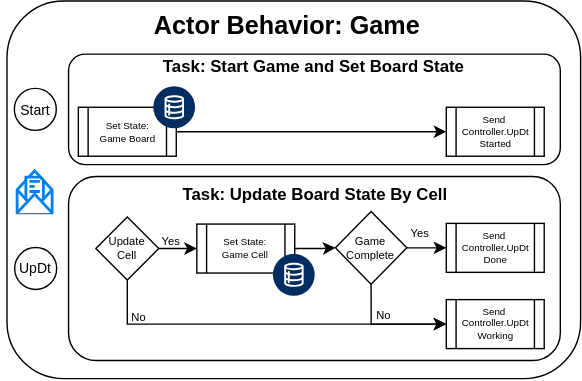
sunlao/py_sudoku_solver keeps this draw.io diagram as docs/diagrams/GameActor.svg. Above is the earlier version. Source tidied: cells renumbered, new cells last; positions are measured from the earlier drawing's top-left corner, leaving out a move shared by most shapes.
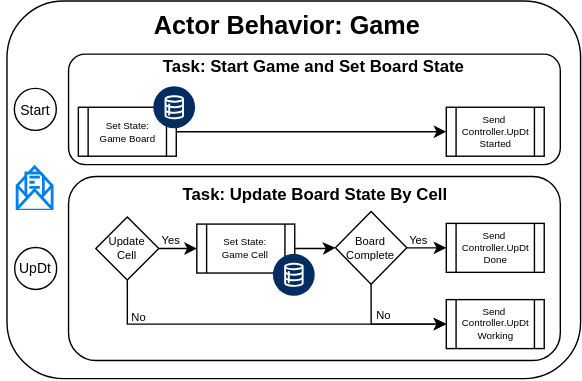
The same diagram one commit later.

The edit, as a diff of the source:
```diff
@@ -12,7 +12,7 @@
       <mxGeometry x="10" y="176.2" width="30" height="30" as="geometry" />
     </mxCell>
     <mxCell id="5" style="html=1;verticalLabelPosition=bottom;align=center;labelBackgroundColor=#ffffff;verticalAlign=top;strokeWidth=2;strokeColor=#0080F0;shadow=0;dashed=0;shape=mxgraph.ios7.icons.envelope_(message);" parent="1" vertex="1">
-      <mxGeometry x="12.2" y="122" width="25" height="30" as="geometry" />
+      <mxGeometry x="12.2" y="119" width="25" height="30" as="geometry" />
     </mxCell>
     <mxCell id="6" style="edgeStyle=orthogonalEdgeStyle;rounded=0;jettySize=auto;html=1;entryX=0;entryY=0.5;entryDx=0;entryDy=0;" parent="1" edge="1" source="7" target="19">
       <mxGeometry relative="1" as="geometry" />
@@ -48,7 +48,7 @@
       <mxGeometry x="195" y="181.2" width="30" height="30" as="geometry" />
     </mxCell>
     <mxCell id="17" value="Yes" style="text;html=1;whiteSpace=wrap;strokeColor=none;fillColor=none;align=center;verticalAlign=middle;rounded=0;fontSize=8;" parent="1" vertex="1">
-      <mxGeometry x="112" y="165.5" width="20" height="12.5" as="geometry" />
+      <mxGeometry x="112" y="164.5" width="20" height="12.5" as="geometry" />
     </mxCell>
     <mxCell id="18" value="No" style="text;html=1;whiteSpace=wrap;strokeColor=none;fillColor=none;align=center;verticalAlign=middle;rounded=0;fontSize=8;" parent="1" vertex="1">
       <mxGeometry x="89" y="220" width="20" height="12.5" as="geometry" />
@@ -77,11 +77,11 @@
     <mxCell id="26" style="edgeStyle=orthogonalEdgeStyle;rounded=0;jettySize=auto;html=1;entryX=0;entryY=0.5;entryDx=0;entryDy=0;exitX=0.5;exitY=1;exitDx=0;exitDy=0;" parent="1" edge="1" source="27" target="23">
       <mxGeometry relative="1" as="geometry" />
     </mxCell>
-    <mxCell id="27" value="Game&lt;div&gt;Complete&lt;/div&gt;" style="rhombus;whiteSpace=wrap;html=1;fontSize=8;" parent="1" vertex="1">
+    <mxCell id="27" value="Board&lt;div&gt;Complete&lt;/div&gt;" style="rhombus;whiteSpace=wrap;html=1;fontSize=8;" parent="1" vertex="1">
       <mxGeometry x="239.2" y="150.5" width="51" height="52" as="geometry" />
     </mxCell>
     <mxCell id="28" value="Yes" style="text;html=1;whiteSpace=wrap;strokeColor=none;fillColor=none;align=center;verticalAlign=middle;rounded=0;fontSize=8;" parent="1" vertex="1">
-      <mxGeometry x="290.2" y="159.5" width="20" height="12.5" as="geometry" />
+      <mxGeometry x="289.2" y="164.5" width="20" height="12.5" as="geometry" />
     </mxCell>
     <mxCell id="29" value="No" style="text;html=1;whiteSpace=wrap;strokeColor=none;fillColor=none;align=center;verticalAlign=middle;rounded=0;fontSize=8;" parent="1" vertex="1">
       <mxGeometry x="264.2" y="219" width="20" height="12.5" as="geometry" />
```
